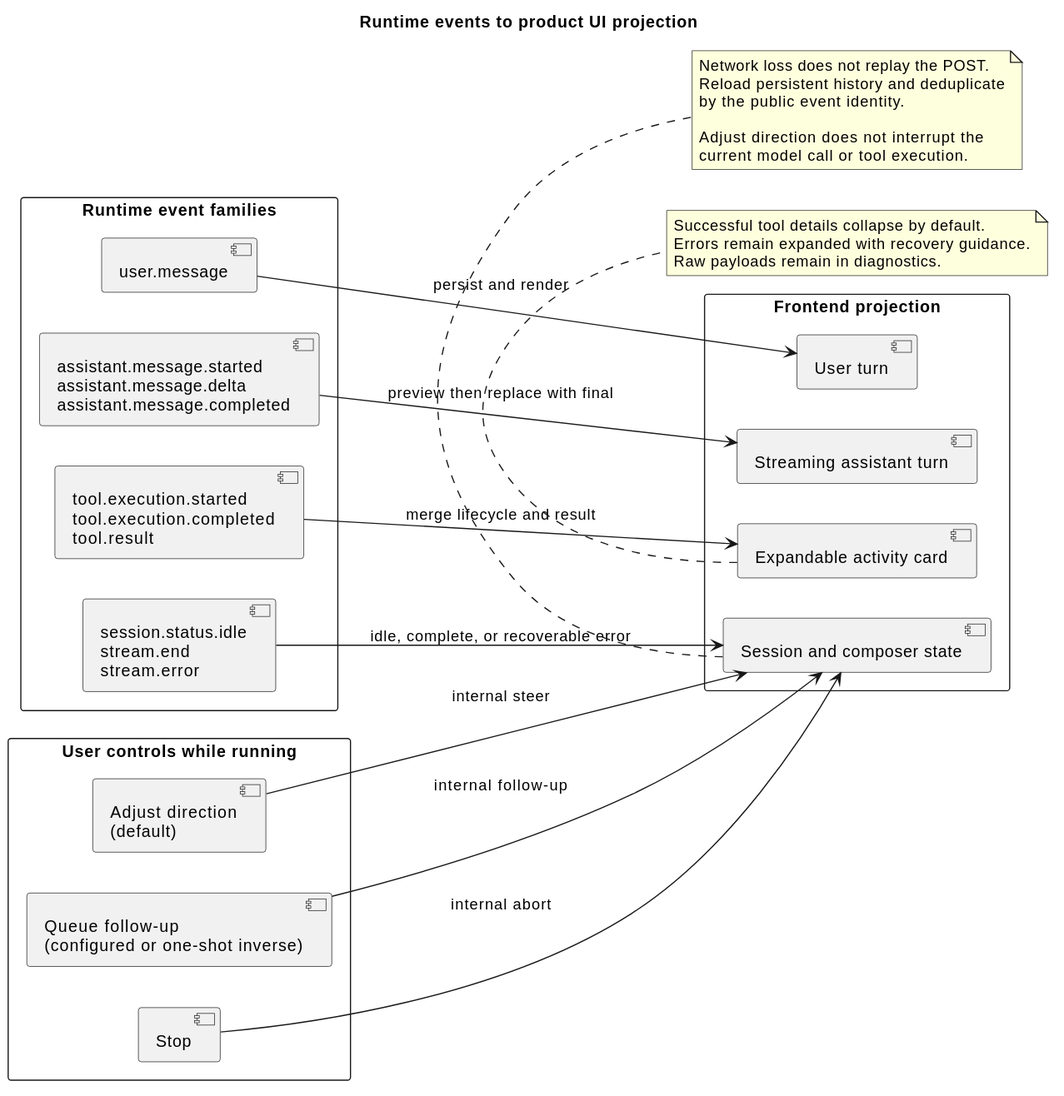
Before: docs/designs/campusclaw-frontend/runtime_event_ui_projection.svg, a diagram exported from PlantUML (2862282695gjh-afk/pi-mono-java).
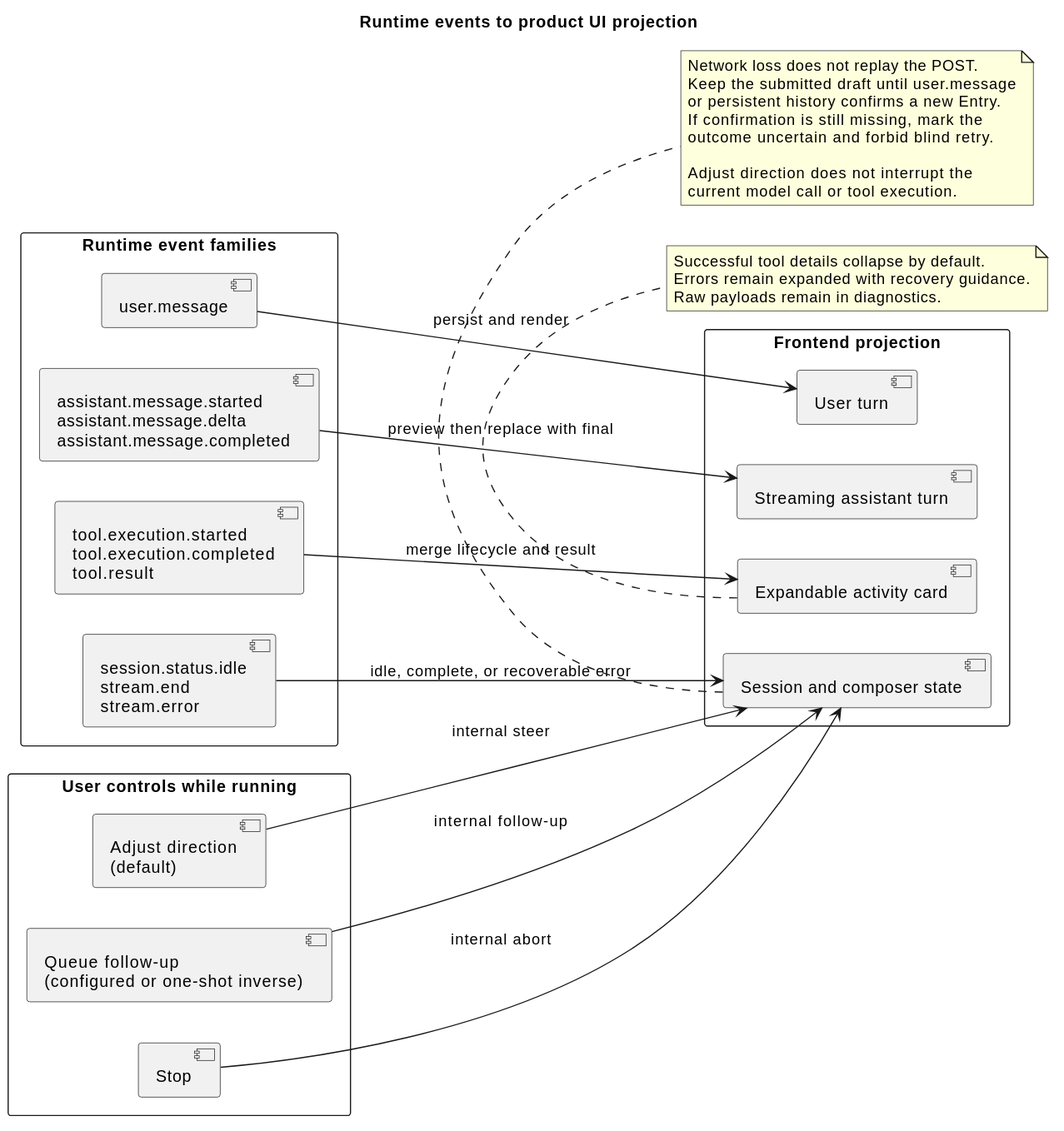
Later version of the same file.

Change to the diagram source:
```diff
@@ -40,8 +40,10 @@
 
 note bottom of SessionState
 Network loss does not replay the POST.
-Reload persistent history and deduplicate
-by the public event identity.
+Keep the submitted draft until user.message
+or persistent history confirms a new Entry.
+If confirmation is still missing, mark the
+outcome uncertain and forbid blind retry.
 
 Adjust direction does not interrupt the
 current model call or tool execution.
```
